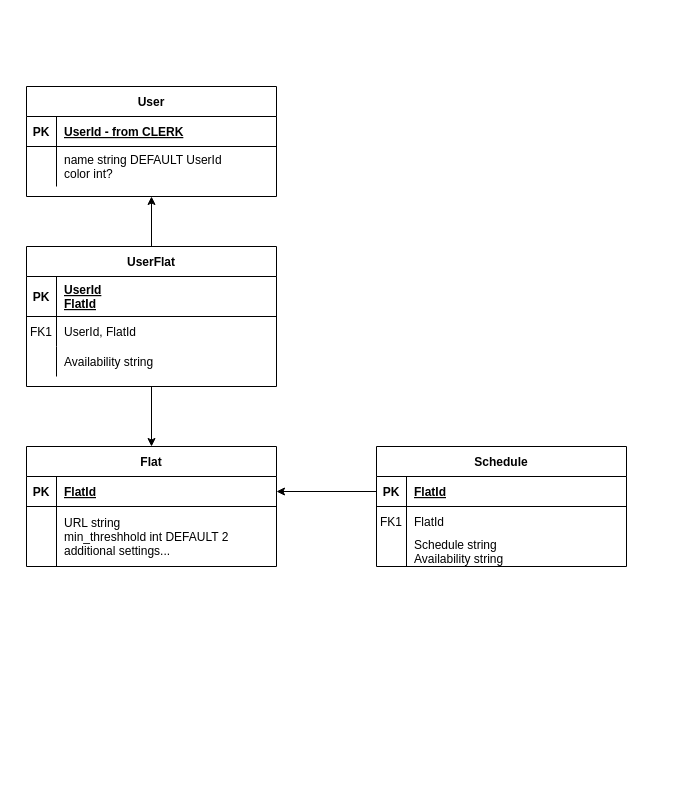
Before: docs/Schema.drawio in AntikytheraDigital/FlatFlow, a draw.io diagram. Source tidied: cells renumbered, new cells numbered last; positions are measured from the earlier drawing's top-left corner, leaving out a move shared by most shapes. Both pictures are drawn from the tidied source at 100%, with x=0, y=0 at pixel (26, 86).
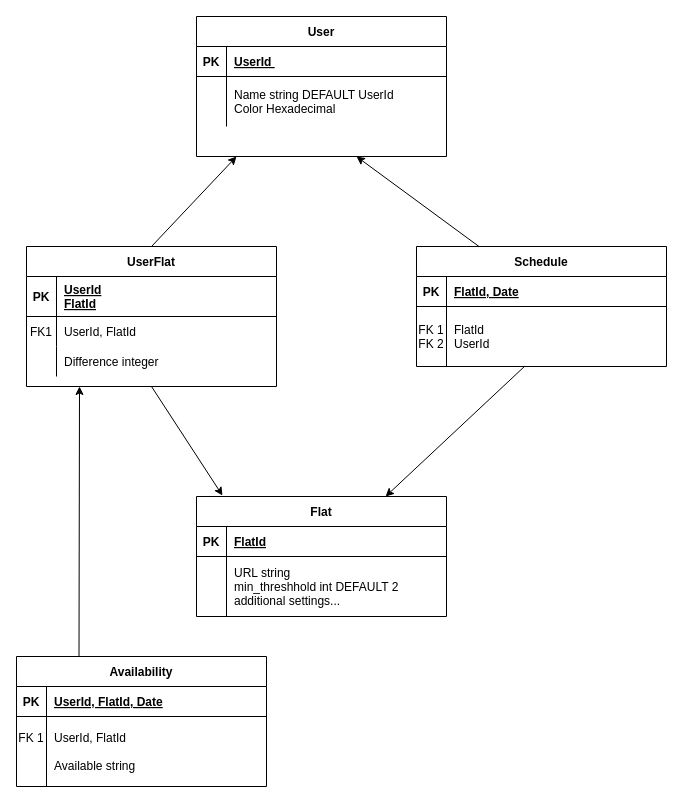
After the change.

The change refers to these unchanged cells:
```xml
<mxCell id="4" value="UserFlat" style="shape=table;startSize=30;childLayout=tableLayout;rowLines=0;fontStyle=1;align=center;" parent="1" vertex="1">
  <mxGeometry y="160" width="250" height="140" as="geometry" />
</mxCell>
<mxCell id="11" style="shape=partialRectangle;fillColor=none;top=0;left=0;right=0;bottom=0;" parent="4" vertex="1">
  <mxGeometry y="100" width="250" height="30" as="geometry" />
</mxCell>
<mxCell id="15" style="shape=partialRectangle;fillColor=none;top=0;left=0;right=0;bottom=1;" parent="14" vertex="1">
  <mxGeometry y="30" width="250" height="30" as="geometry" />
</mxCell>
<mxCell id="22" style="shape=partialRectangle;fillColor=none;points=[[0,0.5],[1,0.5]];portConstraint=eastwest;top=0;left=0;right=0;bottom=1;" parent="21" vertex="1">
  <mxGeometry y="30" width="250" height="30" as="geometry" />
</mxCell>
<mxCell id="29" style="shape=partialRectangle;fillColor=none;points=[[0,0.5],[1,0.5]];portConstraint=eastwest;top=0;left=0;right=0;bottom=1;" parent="28" vertex="1">
  <mxGeometry y="30" width="250" height="30" as="geometry" />
</mxCell>
<mxCell id="32" style="shape=partialRectangle;fillColor=none;top=0;left=0;right=0;bottom=0;" parent="28" vertex="1">
  <mxGeometry y="60" width="250" height="60" as="geometry" />
</mxCell>
```

Change to the diagram source:
```diff
@@
-    <mxCell id="2" style="edgeStyle=orthogonalEdgeStyle;rounded=0;jettySize=auto;html=1;exitX=0.5;exitY=0;exitDx=0;exitDy=0;entryX=0.5;entryY=1;entryDx=0;entryDy=0;" parent="1" edge="1" source="4" target="14">
-      <mxGeometry relative="1" as="geometry" />
-    </mxCell>
+    <mxCell id="39" style="edgeStyle=none;html=1;exitX=0.5;exitY=0;exitDx=0;exitDy=0;" parent="1" edge="1" source="4">
+      <mxGeometry relative="1" as="geometry">
+        <mxPoint x="210" y="70" as="targetPoint" />
+      </mxGeometry>
+    </mxCell>
-    <mxCell id="3" style="edgeStyle=orthogonalEdgeStyle;rounded=0;jettySize=auto;html=1;exitX=0.5;exitY=1;exitDx=0;exitDy=0;entryX=0.5;entryY=0;entryDx=0;entryDy=0;" parent="1" edge="1" source="4" target="21">
+    <mxCell id="3" style="edgeStyle=none;html=1;exitX=0.5;exitY=1;exitDx=0;exitDy=0;entryX=0.104;entryY=-0.008;entryDx=0;entryDy=0;entryPerimeter=0;" parent="1" edge="1" source="4" target="21">
       <mxGeometry relative="1" as="geometry" />
     </mxCell>
@@
-    <mxCell id="13" value="Availability string" style="shape=partialRectangle;overflow=hidden;fillColor=none;top=0;left=0;bottom=0;right=0;align=left;spacingLeft=6;" parent="11" vertex="1">
+    <mxCell id="13" value="Difference integer" style="shape=partialRectangle;overflow=hidden;fillColor=none;top=0;left=0;bottom=0;right=0;align=left;spacingLeft=6;" parent="11" vertex="1">
       <mxGeometry x="30" width="220" height="30" as="geometry" />
     </mxCell>
     <mxCell id="14" value="User" style="shape=table;startSize=30;childLayout=tableLayout;rowLines=0;fontStyle=1;align=center;" parent="1" vertex="1">
-      <mxGeometry width="250" height="110" as="geometry" />
+      <mxGeometry x="170" y="-70" width="250" height="140" as="geometry" />
     </mxCell>
@@
-    <mxCell id="17" value="UserId - from CLERK" style="shape=partialRectangle;overflow=hidden;fillColor=none;top=0;left=0;bottom=0;right=0;align=left;spacingLeft=6;fontStyle=5;" parent="15" vertex="1">
+    <mxCell id="17" value="UserId " style="shape=partialRectangle;overflow=hidden;fillColor=none;top=0;left=0;bottom=0;right=0;align=left;spacingLeft=6;fontStyle=5;" parent="15" vertex="1">
       <mxGeometry x="30" width="220" height="30" as="geometry" />
     </mxCell>
     <mxCell id="18" style="shape=partialRectangle;fillColor=none;top=0;left=0;right=0;bottom=0;" parent="14" vertex="1">
-      <mxGeometry y="60" width="250" height="40" as="geometry" />
+      <mxGeometry y="60" width="250" height="50" as="geometry" />
     </mxCell>
     <mxCell id="19" style="shape=partialRectangle;overflow=hidden;fillColor=none;top=0;left=0;bottom=0;right=0;" parent="18" vertex="1">
-      <mxGeometry width="30" height="40" as="geometry" />
+      <mxGeometry width="30" height="50" as="geometry" />
     </mxCell>
-    <mxCell id="20" value="name string DEFAULT UserId&#10;color int?" style="shape=partialRectangle;overflow=hidden;fillColor=none;top=0;left=0;bottom=0;right=0;align=left;spacingLeft=6;" parent="18" vertex="1">
-      <mxGeometry x="30" width="220" height="40" as="geometry" />
+    <mxCell id="20" value="Name string DEFAULT UserId&#10;Color Hexadecimal" style="shape=partialRectangle;overflow=hidden;fillColor=none;top=0;left=0;bottom=0;right=0;align=left;spacingLeft=6;" parent="18" vertex="1">
+      <mxGeometry x="30" width="220" height="50" as="geometry" />
     </mxCell>
     <mxCell id="21" value="Flat" style="shape=table;startSize=30;childLayout=tableLayout;rowLines=0;fontStyle=1;align=center;" parent="1" vertex="1">
-      <mxGeometry y="360" width="250" height="120" as="geometry" />
+      <mxGeometry x="170" y="410" width="250" height="120" as="geometry" />
     </mxCell>
@@
+    <mxCell id="40" style="edgeStyle=none;html=1;exitX=0.25;exitY=0;exitDx=0;exitDy=0;" parent="1" edge="1" source="28">
+      <mxGeometry relative="1" as="geometry">
+        <mxPoint x="330" y="70" as="targetPoint" />
+      </mxGeometry>
+    </mxCell>
     <mxCell id="28" value="Schedule" style="shape=table;startSize=30;childLayout=tableLayout;rowLines=0;fontStyle=1;align=center;" parent="1" vertex="1">
-      <mxGeometry x="350" y="360" width="250" height="120" as="geometry" />
+      <mxGeometry x="390" y="160" width="250" height="120" as="geometry" />
     </mxCell>
@@
-    <mxCell id="31" value="FlatId" style="shape=partialRectangle;overflow=hidden;fillColor=none;top=0;left=0;bottom=0;right=0;align=left;spacingLeft=6;fontStyle=5;" parent="29" vertex="1">
+    <mxCell id="31" value="FlatId, Date" style="shape=partialRectangle;overflow=hidden;fillColor=none;top=0;left=0;bottom=0;right=0;align=left;spacingLeft=6;fontStyle=5;" parent="29" vertex="1">
       <mxGeometry x="30" width="220" height="30" as="geometry" />
     </mxCell>
@@
-    <mxCell id="33" style="shape=partialRectangle;overflow=hidden;fillColor=none;top=0;left=0;bottom=0;right=0;" parent="32" vertex="1">
+    <mxCell id="33" value="FK 1&#10;FK 2" style="shape=partialRectangle;overflow=hidden;fillColor=none;top=0;left=0;bottom=0;right=0;" parent="32" vertex="1">
       <mxGeometry width="30" height="60" as="geometry" />
     </mxCell>
-    <mxCell id="34" style="shape=partialRectangle;overflow=hidden;fillColor=none;top=0;left=0;bottom=0;right=0;align=left;spacingLeft=6;" parent="32" vertex="1">
+    <mxCell id="34" value="FlatId&#10;UserId" style="shape=partialRectangle;overflow=hidden;fillColor=none;top=0;left=0;bottom=0;right=0;align=left;spacingLeft=6;" parent="32" vertex="1">
       <mxGeometry x="30" width="220" height="60" as="geometry" />
     </mxCell>
-    <mxCell id="35" style="edgeStyle=orthogonalEdgeStyle;rounded=0;jettySize=auto;html=1;exitX=0;exitY=0.5;exitDx=0;exitDy=0;entryX=1;entryY=0.5;entryDx=0;entryDy=0;" parent="1" edge="1" source="29" target="22">
-      <mxGeometry relative="1" as="geometry" />
-    </mxCell>
-    <mxCell id="36" value="FK1" style="shape=partialRectangle;overflow=hidden;fillColor=none;top=0;left=0;bottom=0;right=0;" parent="1" vertex="1">
-      <mxGeometry x="350" y="420" width="30" height="30" as="geometry" />
-    </mxCell>
-    <mxCell id="37" value="FlatId" style="shape=partialRectangle;overflow=hidden;fillColor=none;top=0;left=0;bottom=0;right=0;align=left;spacingLeft=6;" parent="1" vertex="1">
-      <mxGeometry x="380" y="420" width="220" height="30" as="geometry" />
-    </mxCell>
-    <mxCell id="38" value="Schedule string&#10;Availability string&#10;" style="shape=partialRectangle;overflow=hidden;fillColor=none;top=0;left=0;bottom=0;right=0;align=left;spacingLeft=6;" parent="1" vertex="1">
-      <mxGeometry x="380" y="450" width="220" height="30" as="geometry" />
-    </mxCell>
+    <mxCell id="41" style="edgeStyle=none;html=1;" parent="1" edge="1" source="34" target="21">
+      <mxGeometry relative="1" as="geometry" />
+    </mxCell>
+    <mxCell id="42" style="edgeStyle=none;html=1;exitX=0.25;exitY=0;exitDx=0;exitDy=0;" parent="1" edge="1" source="43">
+      <mxGeometry relative="1" as="geometry">
+        <mxPoint x="53" y="300" as="targetPoint" />
+      </mxGeometry>
+    </mxCell>
+    <mxCell id="43" value="Availability" style="shape=table;startSize=30;childLayout=tableLayout;rowLines=0;fontStyle=1;align=center;" parent="1" vertex="1">
+      <mxGeometry x="-10" y="570" width="250" height="130" as="geometry" />
+    </mxCell>
+    <mxCell id="44" style="shape=partialRectangle;fillColor=none;top=0;left=0;right=0;bottom=1;" parent="43" vertex="1">
+      <mxGeometry y="30" width="250" height="30" as="geometry" />
+    </mxCell>
+    <mxCell id="45" value="PK" style="shape=partialRectangle;overflow=hidden;fillColor=none;top=0;left=0;bottom=0;right=0;fontStyle=1;" parent="44" vertex="1">
+      <mxGeometry width="30" height="30" as="geometry" />
+    </mxCell>
+    <mxCell id="46" value="UserId, FlatId, Date" style="shape=partialRectangle;overflow=hidden;fillColor=none;top=0;left=0;bottom=0;right=0;align=left;spacingLeft=6;fontStyle=5;" parent="44" vertex="1">
+      <mxGeometry x="30" width="220" height="30" as="geometry" />
+    </mxCell>
+    <mxCell id="47" style="shape=partialRectangle;fillColor=none;top=0;left=0;right=0;bottom=0;" parent="43" vertex="1">
+      <mxGeometry y="60" width="250" height="70" as="geometry" />
+    </mxCell>
+    <mxCell id="48" value="FK 1&#10;&#10;" style="shape=partialRectangle;overflow=hidden;fillColor=none;top=0;left=0;bottom=0;right=0;" parent="47" vertex="1">
+      <mxGeometry width="30" height="70" as="geometry" />
+    </mxCell>
+    <mxCell id="49" value="UserId, FlatId&#10;&#10;Available string" style="shape=partialRectangle;overflow=hidden;fillColor=none;top=0;left=0;bottom=0;right=0;align=left;spacingLeft=6;" parent="47" vertex="1">
+      <mxGeometry x="30" width="220" height="70" as="geometry" />
+    </mxCell>
```
